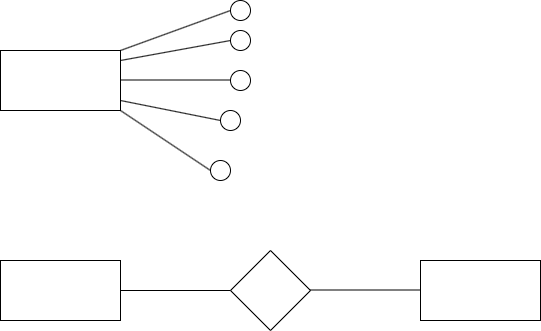
datnham0212/learning keeps this draw.io diagram as Chương 3 QT4(Mô hình hóa).png. Above is the earlier version. Source tidied: cells renumbered, new cells last; positions are measured from the earlier drawing's top-left corner, leaving out a move shared by most shapes.
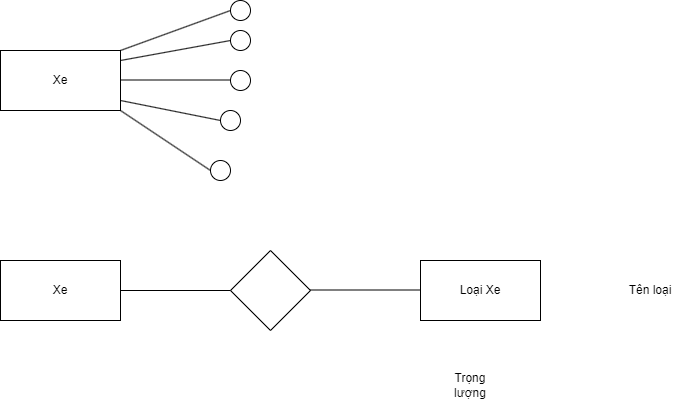
After the commit.

What changed in the source:
```diff
@@ -2,16 +2,16 @@
   <root>
     <mxCell id="0" />
     <mxCell id="1" parent="0" />
-    <mxCell id="2" style="rounded=0;whiteSpace=wrap;html=1;" parent="1" vertex="1">
+    <mxCell id="2" value="Xe" style="rounded=0;whiteSpace=wrap;html=1;" parent="1" vertex="1">
       <mxGeometry y="50" width="120" height="60" as="geometry" />
     </mxCell>
-    <mxCell id="3" style="rounded=0;whiteSpace=wrap;html=1;" parent="1" vertex="1">
+    <mxCell id="3" value="Xe" style="rounded=0;whiteSpace=wrap;html=1;" parent="1" vertex="1">
       <mxGeometry y="260" width="120" height="60" as="geometry" />
     </mxCell>
     <mxCell id="4" style="rhombus;whiteSpace=wrap;html=1;" parent="1" vertex="1">
       <mxGeometry x="230" y="250" width="80" height="80" as="geometry" />
     </mxCell>
-    <mxCell id="5" style="rounded=0;whiteSpace=wrap;html=1;" parent="1" vertex="1">
+    <mxCell id="5" value="Loại Xe" style="rounded=0;whiteSpace=wrap;html=1;" parent="1" vertex="1">
       <mxGeometry x="420" y="260" width="120" height="60" as="geometry" />
     </mxCell>
     <mxCell id="6" style="endArrow=none;html=1;rounded=0;entryX=0;entryY=0.5;entryDx=0;entryDy=0;" parent="1" edge="1" target="4">
@@ -70,5 +70,11 @@
     <mxCell id="17" style="ellipse;whiteSpace=wrap;html=1;" parent="1" vertex="1">
       <mxGeometry x="210" y="160" width="20" height="20" as="geometry" />
     </mxCell>
+    <mxCell id="18" value="Tên loại" style="text;html=1;strokeColor=none;fillColor=none;align=center;verticalAlign=middle;whiteSpace=wrap;rounded=0;" parent="1" vertex="1">
+      <mxGeometry x="620" y="275" width="60" height="30" as="geometry" />
+    </mxCell>
+    <mxCell id="19" value="Trọng lượng" style="text;html=1;strokeColor=none;fillColor=none;align=center;verticalAlign=middle;whiteSpace=wrap;rounded=0;" parent="1" vertex="1">
+      <mxGeometry x="440" y="370" width="60" height="30" as="geometry" />
+    </mxCell>
   </root>
 </mxGraphModel>
```
